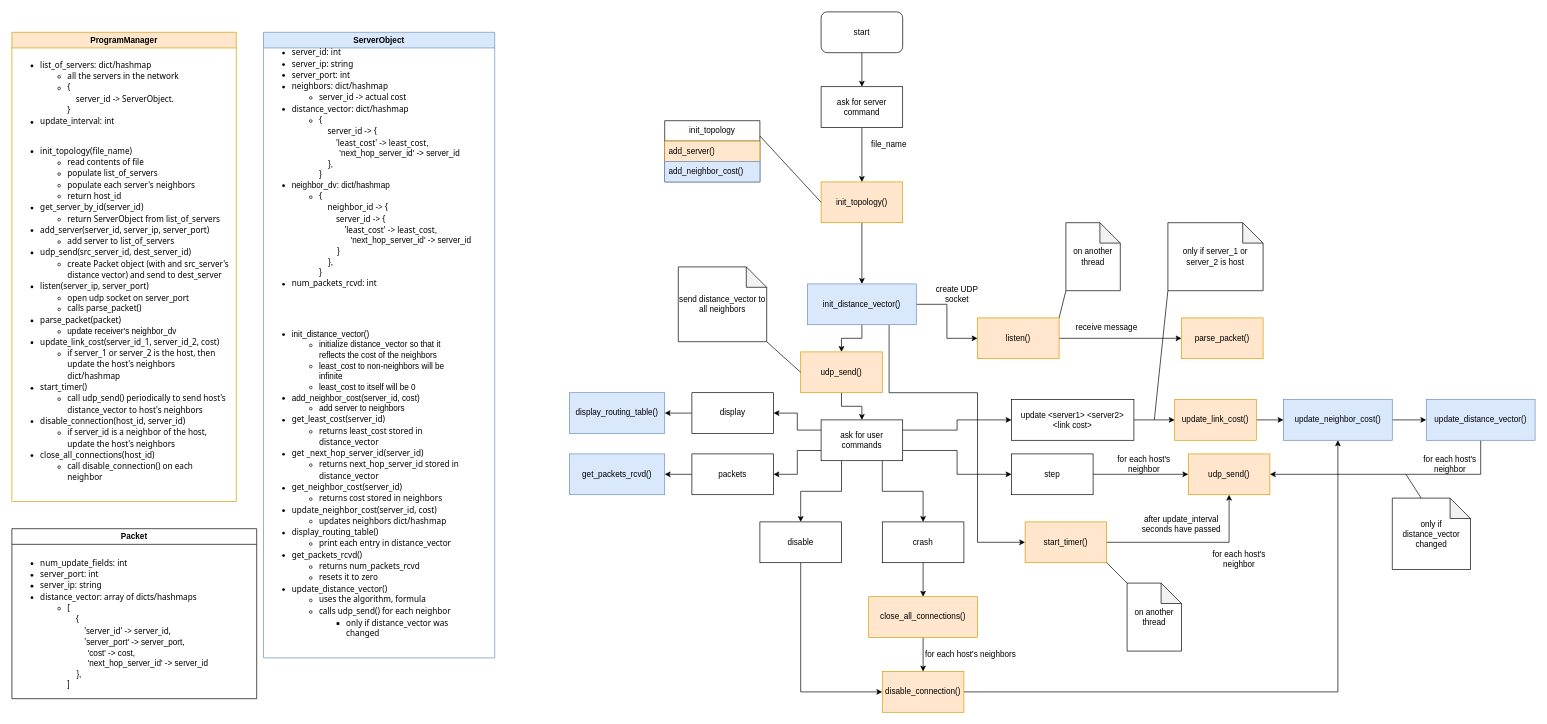
Earlier version of the draw.io diagram pa2.drawio (ntrllog/Distance-Vector-Routing). Source tidied: cells renumbered, new cells numbered last; positions are measured from the earlier drawing's top-left corner, leaving out a move shared by most shapes. Both pictures are drawn from the tidied source at 68%, with x=0, y=0 at pixel (12, 12).
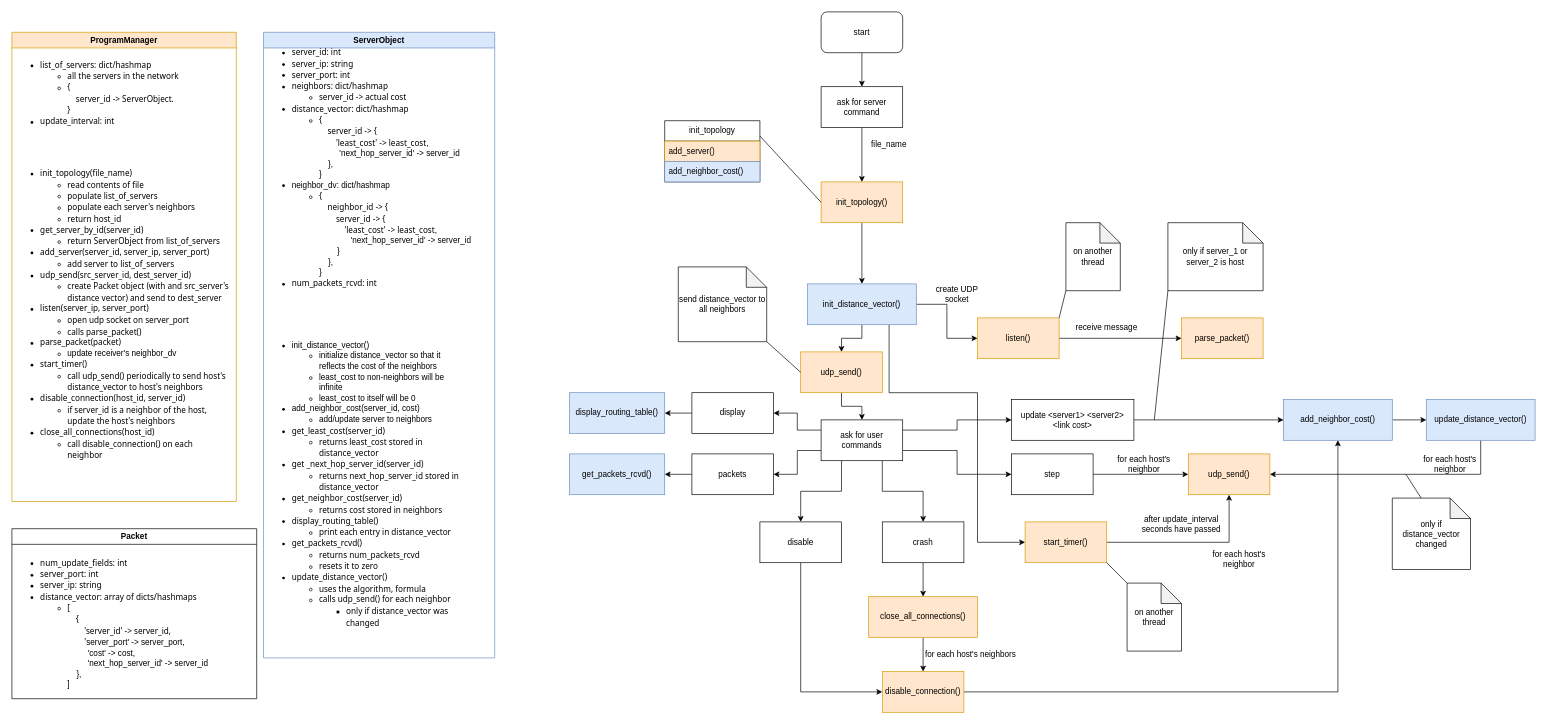
After the change.

Commit message (it also covers changes not shown here):
update diagram (remove update_link_cost(), update_neighbor_cost())

The change refers to these unchanged cells:
```xml
<mxCell id="2" value="ProgramManager" style="swimlane;whiteSpace=wrap;html=1;fillColor=#ffe6cc;strokeColor=#d79b00;" parent="1" vertex="1">
  <mxGeometry y="30" width="330" height="690" as="geometry" />
</mxCell>
<mxCell id="5" value="ServerObject" style="swimlane;whiteSpace=wrap;html=1;fillColor=#dae8fc;strokeColor=#6c8ebf;" parent="1" vertex="1">
  <mxGeometry x="370" y="30" width="340" height="920" as="geometry" />
</mxCell>
<mxCell id="30" value="update &amp;lt;server1&amp;gt; &amp;lt;server2&amp;gt; &amp;lt;link cost&amp;gt;" style="rounded=0;whiteSpace=wrap;html=1;" parent="1" vertex="1">
  <mxGeometry x="1470" y="570" width="180" height="60" as="geometry" />
</mxCell>
```

Change to the diagram source:
```diff
@@
-    <mxCell id="4" value="&lt;p style=&quot;line-height: 130%;&quot;&gt;&lt;/p&gt;&lt;div align=&quot;left&quot;&gt;&lt;ul style=&quot;line-height: 130%;&quot;&gt;&lt;li&gt;&lt;font face=&quot;Tahoma&quot;&gt;init_topology(file_name)&lt;br&gt;&lt;/font&gt;&lt;/li&gt;&lt;ul style=&quot;line-height: 130%;&quot;&gt;&lt;li style=&quot;border-color: var(--border-color);&quot;&gt;&lt;font style=&quot;border-color: var(--border-color);&quot; face=&quot;Tahoma&quot;&gt;read contents of file&lt;/font&gt;&lt;/li&gt;&lt;li&gt;&lt;font face=&quot;Tahoma&quot;&gt;populate list_of_servers&lt;/font&gt;&lt;/li&gt;&lt;li&gt;&lt;font face=&quot;Tahoma&quot;&gt;populate each server's neighbors&lt;/font&gt;&lt;/li&gt;&lt;li&gt;&lt;font face=&quot;Tahoma&quot;&gt;return host_id&lt;/font&gt;&lt;/li&gt;&lt;/ul&gt;&lt;li&gt;&lt;font face=&quot;Tahoma&quot;&gt;get_server_by_id(server_id)&lt;/font&gt;&lt;/li&gt;&lt;ul&gt;&lt;li&gt;&lt;font face=&quot;Tahoma&quot;&gt;return ServerObject from list_of_servers&lt;/font&gt;&lt;/li&gt;&lt;/ul&gt;&lt;li&gt;&lt;font face=&quot;Tahoma&quot;&gt;add_server(server_id, server_ip, server_port)&lt;/font&gt;&lt;/li&gt;&lt;ul&gt;&lt;li&gt;&lt;font face=&quot;Tahoma&quot;&gt;add server to list_of_servers&lt;/font&gt;&lt;/li&gt;&lt;/ul&gt;&lt;li&gt;&lt;font face=&quot;Tahoma&quot;&gt;udp_send(src_server_id, dest_server_id)&lt;/font&gt;&lt;/li&gt;&lt;ul&gt;&lt;li&gt;&lt;font face=&quot;Tahoma&quot;&gt;create Packet object (with and src_server's distance vector) and send to dest_server&lt;/font&gt;&lt;/li&gt;&lt;/ul&gt;&lt;li&gt;&lt;font face=&quot;Tahoma&quot;&gt;listen(server_ip, server_port)&lt;/font&gt;&lt;/li&gt;&lt;ul&gt;&lt;li&gt;&lt;font face=&quot;Tahoma&quot;&gt;open udp socket on server_port&lt;/font&gt;&lt;/li&gt;&lt;li&gt;&lt;font face=&quot;Tahoma&quot;&gt;calls parse_packet()&lt;/font&gt;&lt;/li&gt;&lt;/ul&gt;&lt;li&gt;&lt;font face=&quot;Tahoma&quot;&gt;parse_packet(packet)&lt;/font&gt;&lt;/li&gt;&lt;ul&gt;&lt;li&gt;update receiver's neighbor_dv&lt;/li&gt;&lt;/ul&gt;&lt;li&gt;&lt;font face=&quot;Tahoma&quot;&gt;update_link_cost(server_id_1, server_id_2, cost)&lt;/font&gt;&lt;/li&gt;&lt;ul&gt;&lt;li&gt;&lt;font face=&quot;Tahoma&quot;&gt;if server_1 or server_2 is the host, then update the host's neighbors dict/hashmap&lt;/font&gt;&lt;/li&gt;&lt;/ul&gt;&lt;li&gt;&lt;font face=&quot;Tahoma&quot;&gt;start_timer()&lt;/font&gt;&lt;/li&gt;&lt;ul&gt;&lt;li&gt;&lt;font face=&quot;Tahoma&quot;&gt;call udp_send() periodically to send host's distance_vector to host's neighbors&lt;/font&gt;&lt;/li&gt;&lt;/ul&gt;&lt;li&gt;&lt;font face=&quot;Tahoma&quot;&gt;disable_connection(host_id, server_id)&lt;/font&gt;&lt;/li&gt;&lt;ul&gt;&lt;li&gt;&lt;font face=&quot;Tahoma&quot;&gt;if server_id is a neighbor of the host, update the host's neighbors&lt;/font&gt;&lt;/li&gt;&lt;/ul&gt;&lt;li&gt;&lt;font face=&quot;Tahoma&quot;&gt;close_all_connections(host_id)&lt;/font&gt;&lt;/li&gt;&lt;ul&gt;&lt;li&gt;&lt;font face=&quot;Tahoma&quot;&gt;call disable_connection() on each neighbor&lt;/font&gt;&lt;/li&gt;&lt;/ul&gt;&lt;/ul&gt;&lt;/div&gt;&lt;p&gt;&lt;/p&gt;" style="text;html=1;strokeColor=none;fillColor=none;align=left;verticalAlign=middle;whiteSpace=wrap;rounded=0;" parent="2" vertex="1">
+    <mxCell id="4" value="&lt;p style=&quot;line-height: 130%;&quot;&gt;&lt;/p&gt;&lt;div align=&quot;left&quot;&gt;&lt;ul style=&quot;line-height: 130%;&quot;&gt;&lt;li&gt;&lt;font face=&quot;Tahoma&quot;&gt;init_topology(file_name)&lt;br&gt;&lt;/font&gt;&lt;/li&gt;&lt;ul style=&quot;line-height: 130%;&quot;&gt;&lt;li style=&quot;border-color: var(--border-color);&quot;&gt;&lt;font style=&quot;border-color: var(--border-color);&quot; face=&quot;Tahoma&quot;&gt;read contents of file&lt;/font&gt;&lt;/li&gt;&lt;li&gt;&lt;font face=&quot;Tahoma&quot;&gt;populate list_of_servers&lt;/font&gt;&lt;/li&gt;&lt;li&gt;&lt;font face=&quot;Tahoma&quot;&gt;populate each server's neighbors&lt;/font&gt;&lt;/li&gt;&lt;li&gt;&lt;font face=&quot;Tahoma&quot;&gt;return host_id&lt;/font&gt;&lt;/li&gt;&lt;/ul&gt;&lt;li&gt;&lt;font face=&quot;Tahoma&quot;&gt;get_server_by_id(server_id)&lt;/font&gt;&lt;/li&gt;&lt;ul&gt;&lt;li&gt;&lt;font face=&quot;Tahoma&quot;&gt;return ServerObject from list_of_servers&lt;/font&gt;&lt;/li&gt;&lt;/ul&gt;&lt;li&gt;&lt;font face=&quot;Tahoma&quot;&gt;add_server(server_id, server_ip, server_port)&lt;/font&gt;&lt;/li&gt;&lt;ul&gt;&lt;li&gt;&lt;font face=&quot;Tahoma&quot;&gt;add server to list_of_servers&lt;/font&gt;&lt;/li&gt;&lt;/ul&gt;&lt;li&gt;&lt;font face=&quot;Tahoma&quot;&gt;udp_send(src_server_id, dest_server_id)&lt;/font&gt;&lt;/li&gt;&lt;ul&gt;&lt;li&gt;&lt;font face=&quot;Tahoma&quot;&gt;create Packet object (with and src_server's distance vector) and send to dest_server&lt;/font&gt;&lt;/li&gt;&lt;/ul&gt;&lt;li&gt;&lt;font face=&quot;Tahoma&quot;&gt;listen(server_ip, server_port)&lt;/font&gt;&lt;/li&gt;&lt;ul&gt;&lt;li&gt;&lt;font face=&quot;Tahoma&quot;&gt;open udp socket on server_port&lt;/font&gt;&lt;/li&gt;&lt;li&gt;&lt;font face=&quot;Tahoma&quot;&gt;calls parse_packet()&lt;/font&gt;&lt;/li&gt;&lt;/ul&gt;&lt;li&gt;&lt;font face=&quot;Tahoma&quot;&gt;parse_packet(packet)&lt;/font&gt;&lt;/li&gt;&lt;ul&gt;&lt;li&gt;update receiver's neighbor_dv&lt;/li&gt;&lt;/ul&gt;&lt;li&gt;&lt;font face=&quot;Tahoma&quot;&gt;start_timer()&lt;/font&gt;&lt;/li&gt;&lt;ul&gt;&lt;li&gt;&lt;font face=&quot;Tahoma&quot;&gt;call udp_send() periodically to send host's distance_vector to host's neighbors&lt;/font&gt;&lt;/li&gt;&lt;/ul&gt;&lt;li&gt;&lt;font face=&quot;Tahoma&quot;&gt;disable_connection(host_id, server_id)&lt;/font&gt;&lt;/li&gt;&lt;ul&gt;&lt;li&gt;&lt;font face=&quot;Tahoma&quot;&gt;if server_id is a neighbor of the host, update the host's neighbors&lt;/font&gt;&lt;/li&gt;&lt;/ul&gt;&lt;li&gt;&lt;font face=&quot;Tahoma&quot;&gt;close_all_connections(host_id)&lt;/font&gt;&lt;/li&gt;&lt;ul&gt;&lt;li&gt;&lt;font face=&quot;Tahoma&quot;&gt;call disable_connection() on each neighbor&lt;/font&gt;&lt;/li&gt;&lt;/ul&gt;&lt;/ul&gt;&lt;/div&gt;&lt;p&gt;&lt;/p&gt;" style="text;html=1;strokeColor=none;fillColor=none;align=left;verticalAlign=middle;whiteSpace=wrap;rounded=0;" parent="2" vertex="1">
       <mxGeometry y="150" width="320" height="530" as="geometry" />
     </mxCell>
@@
-    <mxCell id="7" value="&lt;p style=&quot;line-height: 100%;&quot;&gt;&lt;/p&gt;&lt;div style=&quot;line-height: 130%;&quot; align=&quot;left&quot;&gt;&lt;ul style=&quot;line-height: 130%;&quot;&gt;&lt;li&gt;init_distance_vector()&lt;/li&gt;&lt;ul&gt;&lt;li&gt;initialize distance_vector so that it reflects the cost of the neighbors&lt;/li&gt;&lt;li&gt;least_cost to non-neighbors will be infinite&lt;/li&gt;&lt;li&gt;least_cost to itself will be 0&lt;/li&gt;&lt;/ul&gt;&lt;li&gt;add_neighbor_cost(server_id, cost)&lt;/li&gt;&lt;ul&gt;&lt;li&gt;add server to neighbors&lt;/li&gt;&lt;/ul&gt;&lt;li&gt;&lt;font face=&quot;Tahoma&quot;&gt;get_least_cost(server_id)&lt;/font&gt;&lt;/li&gt;&lt;ul style=&quot;line-height: 130%;&quot;&gt;&lt;li&gt;&lt;font face=&quot;Tahoma&quot;&gt;returns least_cost stored in distance_vector&lt;/font&gt;&lt;/li&gt;&lt;/ul&gt;&lt;li&gt;&lt;font face=&quot;Tahoma&quot;&gt;get _next_hop_server_id(server_id)&lt;/font&gt;&lt;/li&gt;&lt;ul&gt;&lt;li style=&quot;border-color: var(--border-color);&quot;&gt;&lt;font style=&quot;border-color: var(--border-color);&quot; face=&quot;Tahoma&quot;&gt;returns next_hop_server_id stored in distance_vector&lt;/font&gt;&lt;/li&gt;&lt;/ul&gt;&lt;li&gt;&lt;font face=&quot;Tahoma&quot;&gt;get_neighbor_cost(server_id)&lt;/font&gt;&lt;/li&gt;&lt;ul&gt;&lt;li&gt;&lt;font face=&quot;Tahoma&quot;&gt;returns cost stored in neighbors&lt;/font&gt;&lt;/li&gt;&lt;/ul&gt;&lt;li&gt;&lt;font face=&quot;Tahoma&quot;&gt;update_neighbor_cost(server_id, cost)&lt;/font&gt;&lt;/li&gt;&lt;ul&gt;&lt;li&gt;&lt;font face=&quot;Tahoma&quot;&gt;updates neighbors dict/hashmap&lt;/font&gt;&lt;/li&gt;&lt;/ul&gt;&lt;li&gt;&lt;font face=&quot;Tahoma&quot;&gt;display_routing_table()&lt;/font&gt;&lt;/li&gt;&lt;ul&gt;&lt;li&gt;&lt;font face=&quot;Tahoma&quot;&gt;print each entry in distance_vector&lt;/font&gt;&lt;/li&gt;&lt;/ul&gt;&lt;li&gt;&lt;font face=&quot;Tahoma&quot;&gt;get_packets_rcvd()&lt;/font&gt;&lt;/li&gt;&lt;ul&gt;&lt;li&gt;&lt;font face=&quot;Tahoma&quot;&gt;returns num_packets_rcvd&lt;/font&gt;&lt;/li&gt;&lt;li&gt;&lt;font face=&quot;Tahoma&quot;&gt;resets it to zero&lt;/font&gt;&lt;/li&gt;&lt;/ul&gt;&lt;li&gt;&lt;font face=&quot;Tahoma&quot;&gt;update_distance_vector()&lt;/font&gt;&lt;/li&gt;&lt;ul&gt;&lt;li&gt;&lt;font face=&quot;Tahoma&quot;&gt;uses the algorithm, formula&lt;/font&gt;&lt;/li&gt;&lt;li&gt;&lt;font face=&quot;Tahoma&quot;&gt;calls udp_send() for each neighbor&lt;/font&gt;&lt;/li&gt;&lt;ul&gt;&lt;li&gt;&lt;font face=&quot;Tahoma&quot;&gt;only if distance_vector was changed&lt;/font&gt;&lt;/li&gt;&lt;/ul&gt;&lt;/ul&gt;&lt;/ul&gt;&lt;/div&gt;&lt;p&gt;&lt;/p&gt;" style="text;html=1;strokeColor=none;fillColor=none;align=left;verticalAlign=middle;whiteSpace=wrap;rounded=0;" parent="5" vertex="1">
+    <mxCell id="7" value="&lt;p style=&quot;line-height: 100%;&quot;&gt;&lt;/p&gt;&lt;div style=&quot;line-height: 130%;&quot; align=&quot;left&quot;&gt;&lt;ul style=&quot;line-height: 130%;&quot;&gt;&lt;li&gt;init_distance_vector()&lt;/li&gt;&lt;ul&gt;&lt;li&gt;initialize distance_vector so that it reflects the cost of the neighbors&lt;/li&gt;&lt;li&gt;least_cost to non-neighbors will be infinite&lt;/li&gt;&lt;li&gt;least_cost to itself will be 0&lt;/li&gt;&lt;/ul&gt;&lt;li&gt;add_neighbor_cost(server_id, cost)&lt;/li&gt;&lt;ul&gt;&lt;li&gt;add/update server to neighbors&lt;/li&gt;&lt;/ul&gt;&lt;li&gt;&lt;font face=&quot;Tahoma&quot;&gt;get_least_cost(server_id)&lt;/font&gt;&lt;/li&gt;&lt;ul style=&quot;line-height: 130%;&quot;&gt;&lt;li&gt;&lt;font face=&quot;Tahoma&quot;&gt;returns least_cost stored in distance_vector&lt;/font&gt;&lt;/li&gt;&lt;/ul&gt;&lt;li&gt;&lt;font face=&quot;Tahoma&quot;&gt;get _next_hop_server_id(server_id)&lt;/font&gt;&lt;/li&gt;&lt;ul&gt;&lt;li style=&quot;border-color: var(--border-color);&quot;&gt;&lt;font style=&quot;border-color: var(--border-color);&quot; face=&quot;Tahoma&quot;&gt;returns next_hop_server_id stored in distance_vector&lt;/font&gt;&lt;/li&gt;&lt;/ul&gt;&lt;li&gt;&lt;font face=&quot;Tahoma&quot;&gt;get_neighbor_cost(server_id)&lt;/font&gt;&lt;/li&gt;&lt;ul&gt;&lt;li&gt;&lt;font face=&quot;Tahoma&quot;&gt;returns cost stored in neighbors&lt;/font&gt;&lt;/li&gt;&lt;/ul&gt;&lt;li&gt;&lt;font face=&quot;Tahoma&quot;&gt;display_routing_table()&lt;/font&gt;&lt;/li&gt;&lt;ul&gt;&lt;li&gt;&lt;font face=&quot;Tahoma&quot;&gt;print each entry in distance_vector&lt;/font&gt;&lt;/li&gt;&lt;/ul&gt;&lt;li&gt;&lt;font face=&quot;Tahoma&quot;&gt;get_packets_rcvd()&lt;/font&gt;&lt;/li&gt;&lt;ul&gt;&lt;li&gt;&lt;font face=&quot;Tahoma&quot;&gt;returns num_packets_rcvd&lt;/font&gt;&lt;/li&gt;&lt;li&gt;&lt;font face=&quot;Tahoma&quot;&gt;resets it to zero&lt;/font&gt;&lt;/li&gt;&lt;/ul&gt;&lt;li&gt;&lt;font face=&quot;Tahoma&quot;&gt;update_distance_vector()&lt;/font&gt;&lt;/li&gt;&lt;ul&gt;&lt;li&gt;&lt;font face=&quot;Tahoma&quot;&gt;uses the algorithm, formula&lt;/font&gt;&lt;/li&gt;&lt;li&gt;&lt;font face=&quot;Tahoma&quot;&gt;calls udp_send() for each neighbor&lt;/font&gt;&lt;/li&gt;&lt;ul&gt;&lt;li&gt;&lt;font face=&quot;Tahoma&quot;&gt;only if distance_vector was changed&lt;/font&gt;&lt;/li&gt;&lt;/ul&gt;&lt;/ul&gt;&lt;/ul&gt;&lt;/div&gt;&lt;p&gt;&lt;/p&gt;" style="text;html=1;strokeColor=none;fillColor=none;align=left;verticalAlign=middle;whiteSpace=wrap;rounded=0;" parent="5" vertex="1">
       <mxGeometry y="430" width="288" height="470" as="geometry" />
     </mxCell>
@@
-    <mxCell id="29" style="edgeStyle=orthogonalEdgeStyle;rounded=0;jettySize=auto;html=1;entryX=0;entryY=0.5;entryDx=0;entryDy=0;" parent="1" edge="1" source="30" target="47">
+    <mxCell id="29" style="edgeStyle=orthogonalEdgeStyle;rounded=0;jettySize=auto;html=1;entryX=0;entryY=0.5;entryDx=0;entryDy=0;" parent="1" edge="1" source="30" target="70">
       <mxGeometry relative="1" as="geometry" />
     </mxCell>
@@
-    <mxCell id="46" style="edgeStyle=orthogonalEdgeStyle;rounded=0;jettySize=auto;html=1;" parent="1" edge="1" source="47" target="70">
-      <mxGeometry relative="1" as="geometry" />
-    </mxCell>
-    <mxCell id="47" value="update_link_cost()" style="rounded=0;whiteSpace=wrap;html=1;fillColor=#ffe6cc;strokeColor=#d79b00;" parent="1" vertex="1">
-      <mxGeometry x="1710" y="570" width="120" height="60" as="geometry" />
-    </mxCell>
@@
-    <mxCell id="70" value="update_neighbor_cost()" style="rounded=0;whiteSpace=wrap;html=1;fillColor=#dae8fc;strokeColor=#6c8ebf;" parent="1" vertex="1">
+    <mxCell id="70" value="add_neighbor_cost()" style="rounded=0;whiteSpace=wrap;html=1;fillColor=#dae8fc;strokeColor=#6c8ebf;" parent="1" vertex="1">
       <mxGeometry x="1870" y="570" width="160" height="60" as="geometry" />
     </mxCell>
```
